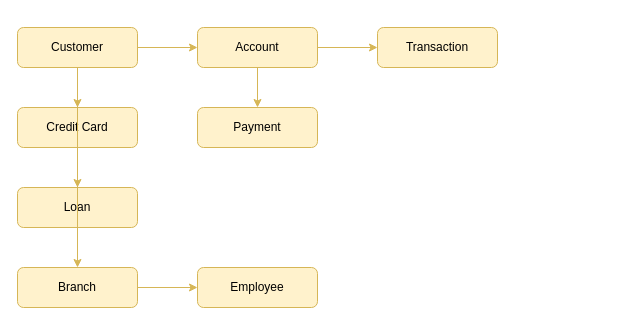
viggneshwar/Data_Warehouse_Repo keeps this draw.io diagram as Flowchart/Conceptual Datamodel.drawio. Above is the earlier version. Source tidied: cells renumbered, new cells numbered last; positions are measured from the earlier drawing's top-left corner, leaving out a move shared by most shapes. Both pictures are drawn from the tidied source at 100%, with x=0, y=0 at pixel (17, 27).
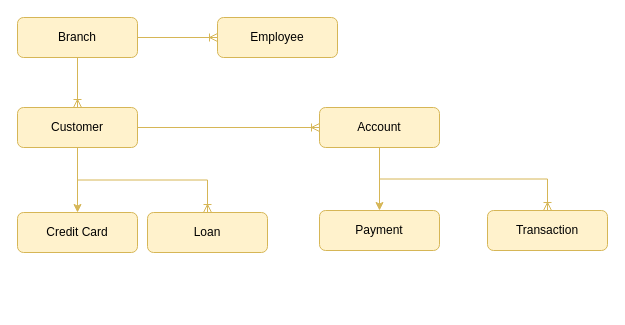
The same page after the edit.

Diff of the diagram source:
```diff
@@
 <mxGraphModel>
   <root>
     <mxCell id="0" />
     <mxCell id="1" parent="0" />
     <mxCell id="2" value="Customer" style="rounded=1;whiteSpace=wrap;html=1;fillColor=#fff2cc;strokeColor=#d6b656;" parent="1" vertex="1">
-      <mxGeometry width="120" height="40" as="geometry" />
+      <mxGeometry y="80" width="120" height="40" as="geometry" />
     </mxCell>
     <mxCell id="3" value="Account" style="rounded=1;whiteSpace=wrap;html=1;fillColor=#fff2cc;strokeColor=#d6b656;" parent="1" vertex="1">
-      <mxGeometry x="180" width="120" height="40" as="geometry" />
+      <mxGeometry x="302" y="80" width="120" height="40" as="geometry" />
     </mxCell>
     <mxCell id="4" value="Transaction" style="rounded=1;whiteSpace=wrap;html=1;fillColor=#fff2cc;strokeColor=#d6b656;" parent="1" vertex="1">
-      <mxGeometry x="360" width="120" height="40" as="geometry" />
+      <mxGeometry x="470" y="183" width="120" height="40" as="geometry" />
     </mxCell>
     <mxCell id="5" value="Payment" style="rounded=1;whiteSpace=wrap;html=1;fillColor=#fff2cc;strokeColor=#d6b656;" parent="1" vertex="1">
-      <mxGeometry x="180" y="80" width="120" height="40" as="geometry" />
+      <mxGeometry x="302" y="183" width="120" height="40" as="geometry" />
     </mxCell>
     <mxCell id="6" value="Credit Card" style="rounded=1;whiteSpace=wrap;html=1;fillColor=#fff2cc;strokeColor=#d6b656;" parent="1" vertex="1">
-      <mxGeometry y="80" width="120" height="40" as="geometry" />
+      <mxGeometry y="185" width="120" height="40" as="geometry" />
     </mxCell>
     <mxCell id="7" value="Loan" style="rounded=1;whiteSpace=wrap;html=1;fillColor=#fff2cc;strokeColor=#d6b656;" parent="1" vertex="1">
-      <mxGeometry y="160" width="120" height="40" as="geometry" />
+      <mxGeometry x="130" y="185" width="120" height="40" as="geometry" />
     </mxCell>
+    <mxCell id="16" style="edgeStyle=orthogonalEdgeStyle;rounded=0;jettySize=auto;html=1;entryX=0;entryY=0.5;entryDx=0;entryDy=0;endArrow=ERoneToMany;endFill=0;fillColor=#fff2cc;strokeColor=#d6b656;" parent="1" edge="1" source="8" target="9">
+      <mxGeometry relative="1" as="geometry" />
+    </mxCell>
+    <mxCell id="17" style="edgeStyle=orthogonalEdgeStyle;rounded=0;jettySize=auto;html=1;exitX=0.5;exitY=1;exitDx=0;exitDy=0;fillColor=#fff2cc;strokeColor=#d6b656;endArrow=ERoneToMany;endFill=0;" parent="1" edge="1" source="8" target="2">
+      <mxGeometry relative="1" as="geometry" />
+    </mxCell>
     <mxCell id="8" value="Branch" style="rounded=1;whiteSpace=wrap;html=1;fillColor=#fff2cc;strokeColor=#d6b656;" parent="1" vertex="1">
-      <mxGeometry y="240" width="120" height="40" as="geometry" />
+      <mxGeometry y="-10" width="120" height="40" as="geometry" />
     </mxCell>
     <mxCell id="9" value="Employee" style="rounded=1;whiteSpace=wrap;html=1;fillColor=#fff2cc;strokeColor=#d6b656;" parent="1" vertex="1">
-      <mxGeometry x="180" y="240" width="120" height="40" as="geometry" />
+      <mxGeometry x="200" y="-10" width="120" height="40" as="geometry" />
     </mxCell>
-    <mxCell id="10" style="edgeStyle=orthogonalEdgeStyle;rounded=0;html=1;exitX=1;exitY=0.5;exitPerimeter=1;entryX=0;entryY=0.5;entryPerimeter=1;fillColor=#fff2cc;strokeColor=#d6b656;" parent="1" edge="1" source="2" target="3">
+    <mxCell id="10" style="edgeStyle=orthogonalEdgeStyle;rounded=0;html=1;exitX=1;exitY=0.5;exitPerimeter=1;entryX=0;entryY=0.5;entryPerimeter=1;fillColor=#fff2cc;strokeColor=#d6b656;endArrow=ERoneToMany;endFill=0;" parent="1" edge="1" source="2" target="3">
       <mxGeometry relative="1" as="geometry" />
     </mxCell>
-    <mxCell id="11" style="edgeStyle=orthogonalEdgeStyle;rounded=0;html=1;exitX=1;exitY=0.5;exitPerimeter=1;entryX=0;entryY=0.5;entryPerimeter=1;fillColor=#fff2cc;strokeColor=#d6b656;" parent="1" edge="1" source="3" target="4">
+    <mxCell id="11" style="edgeStyle=orthogonalEdgeStyle;rounded=0;html=1;exitX=0.5;exitY=1;entryX=0.5;entryY=0;fillColor=#fff2cc;strokeColor=#d6b656;endArrow=ERoneToMany;endFill=0;entryDx=0;entryDy=0;exitDx=0;exitDy=0;" parent="1" edge="1" source="3" target="4">
       <mxGeometry relative="1" as="geometry" />
     </mxCell>
     <mxCell id="12" style="edgeStyle=orthogonalEdgeStyle;rounded=0;html=1;exitX=0.5;exitY=1;exitPerimeter=1;entryX=0.5;entryY=0;entryPerimeter=1;fillColor=#fff2cc;strokeColor=#d6b656;" parent="1" edge="1" source="3" target="5">
       <mxGeometry relative="1" as="geometry" />
     </mxCell>
     <mxCell id="13" style="edgeStyle=orthogonalEdgeStyle;rounded=0;html=1;exitX=0.5;exitY=1;exitPerimeter=1;entryX=0.5;entryY=0;entryPerimeter=1;fillColor=#fff2cc;strokeColor=#d6b656;" parent="1" edge="1" source="2" target="6">
       <mxGeometry relative="1" as="geometry" />
     </mxCell>
-    <mxCell id="14" style="edgeStyle=orthogonalEdgeStyle;rounded=0;html=1;exitX=0.5;exitY=1;exitPerimeter=1;entryX=0.5;entryY=0;entryPerimeter=1;fillColor=#fff2cc;strokeColor=#d6b656;" parent="1" edge="1" source="2" target="7">
+    <mxCell id="14" style="edgeStyle=orthogonalEdgeStyle;rounded=0;html=1;exitX=0.5;exitY=1;exitPerimeter=1;entryX=0.5;entryY=0;entryPerimeter=1;fillColor=#fff2cc;strokeColor=#d6b656;endArrow=ERoneToMany;endFill=0;" parent="1" edge="1" source="2" target="7">
       <mxGeometry relative="1" as="geometry" />
     </mxCell>
-    <mxCell id="15" style="edgeStyle=orthogonalEdgeStyle;rounded=0;html=1;exitX=0.5;exitY=1;exitPerimeter=1;entryX=0.5;entryY=0;entryPerimeter=1;fillColor=#fff2cc;strokeColor=#d6b656;" parent="1" edge="1" source="2" target="8">
-      <mxGeometry relative="1" as="geometry" />
-    </mxCell>
-    <mxCell id="16" style="edgeStyle=orthogonalEdgeStyle;rounded=0;html=1;exitX=1;exitY=0.5;exitPerimeter=1;entryX=0;entryY=0.5;entryPerimeter=1;fillColor=#fff2cc;strokeColor=#d6b656;" parent="1" edge="1" source="8" target="9">
-      <mxGeometry relative="1" as="geometry" />
-    </mxCell>
   </root>
 </mxGraphModel>
```
